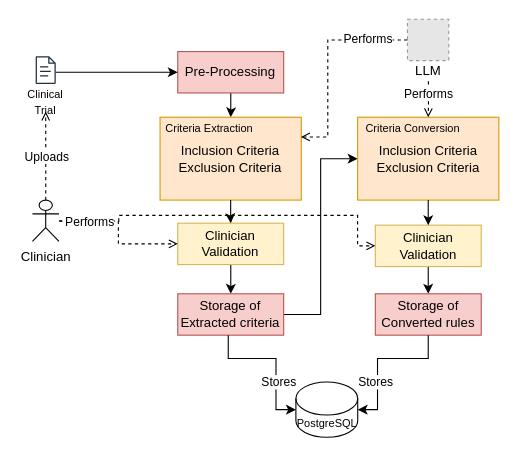
Earlier version of the draw.io diagram page "Criteria extraction and convertion workflow" (3 of 4) of Flowchart/Flux-doctor_AsIs-ToBe.drawio (McDoritos/Internship---DOCS). Source tidied: cells renumbered, new cells numbered last; positions are measured from the earlier drawing's top-left corner, leaving out a move shared by most shapes. Both pictures are drawn from the tidied source at 110%, with x=0, y=0 at pixel (19, 19). Pictures stored in the file or linked from it are replaced by grey dashed boxes.
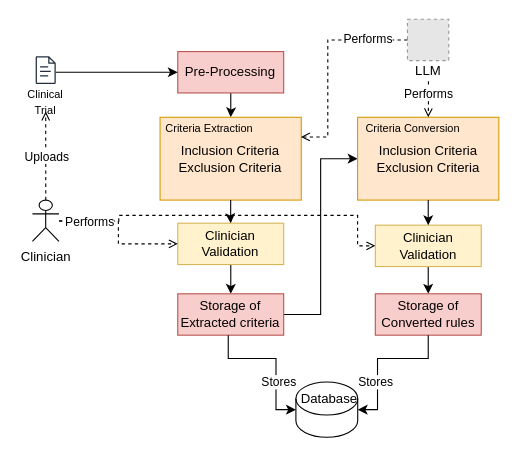
The same page after the edit.

Unchanged cells that the change refers to:
```xml
<mxCell id="2" style="group;" parent="1" vertex="1">
  <mxGeometry width="436" height="380" as="geometry" />
</mxCell>
```

The edit, as a diff of the source:
```diff
@@
-    <mxCell id="36" value="&lt;font style=&quot;font-size: 10px;&quot;&gt;PostgreSQL&lt;/font&gt;" style="shape=cylinder3;whiteSpace=wrap;html=1;boundedLbl=1;backgroundOutline=1;size=15;" parent="2" vertex="1">
+    <mxCell id="36" style="shape=cylinder3;whiteSpace=wrap;html=1;boundedLbl=1;backgroundOutline=1;size=15;" parent="2" vertex="1">
       <mxGeometry x="251.5" y="329.8" width="56.2" height="50.2" as="geometry" />
     </mxCell>
@@
+    <mxCell id="42" value="Database" style="text;html=1;whiteSpace=wrap;strokeColor=none;fillColor=none;align=center;verticalAlign=middle;rounded=0;" parent="2" vertex="1">
+      <mxGeometry x="251.5" y="329.8" width="60" height="30" as="geometry" />
+    </mxCell>
```
